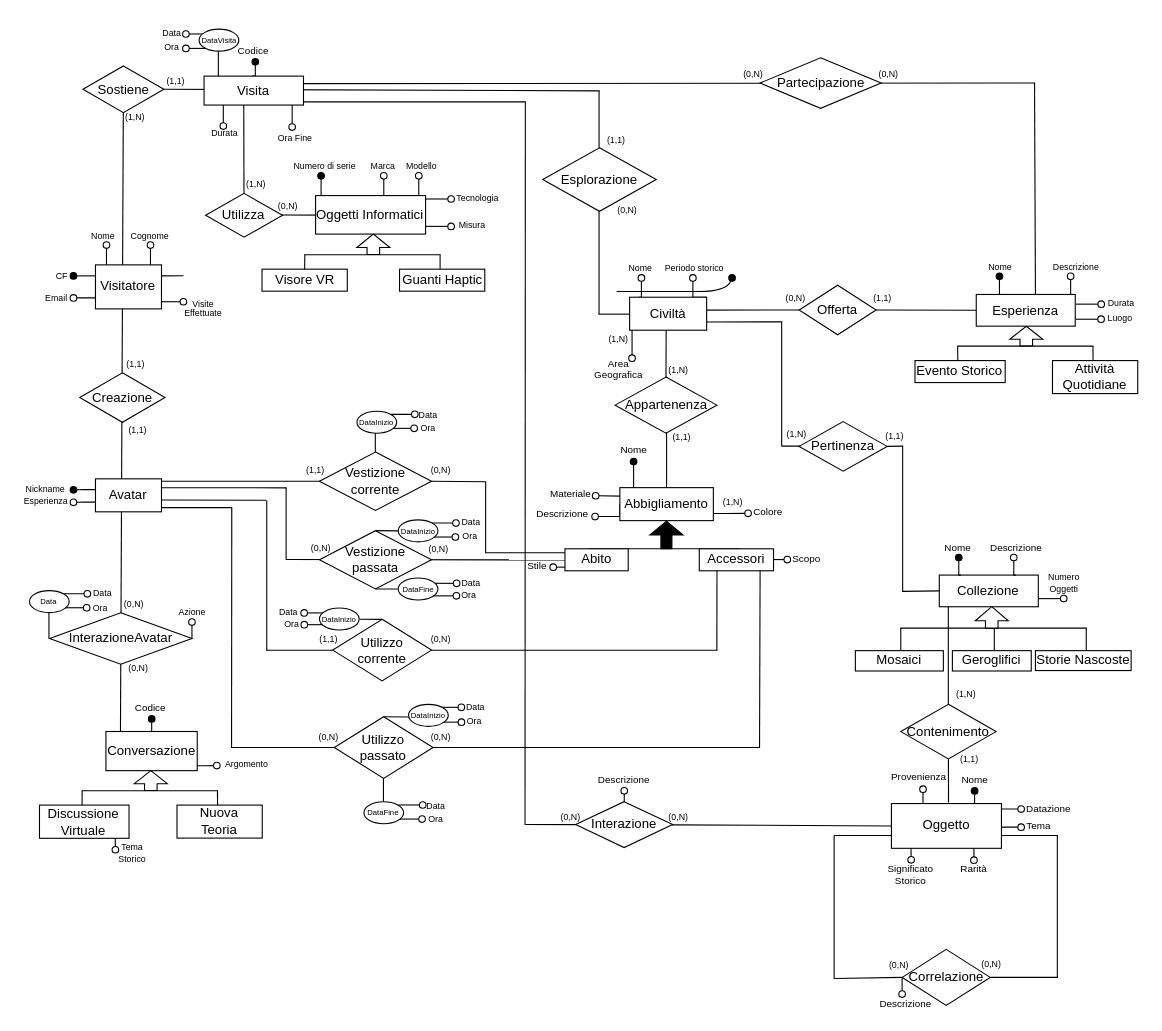
This is WP1/ER canonico.drawio from pnocerino/BasiDiDati, a draw.io file, before an edit. Source tidied: cells renumbered, new cells numbered last; positions are measured from the earlier drawing's top-left corner, leaving out a move shared by most shapes. Both pictures are drawn from the tidied source at 110%, with x=0, y=0 at pixel (19, 23).
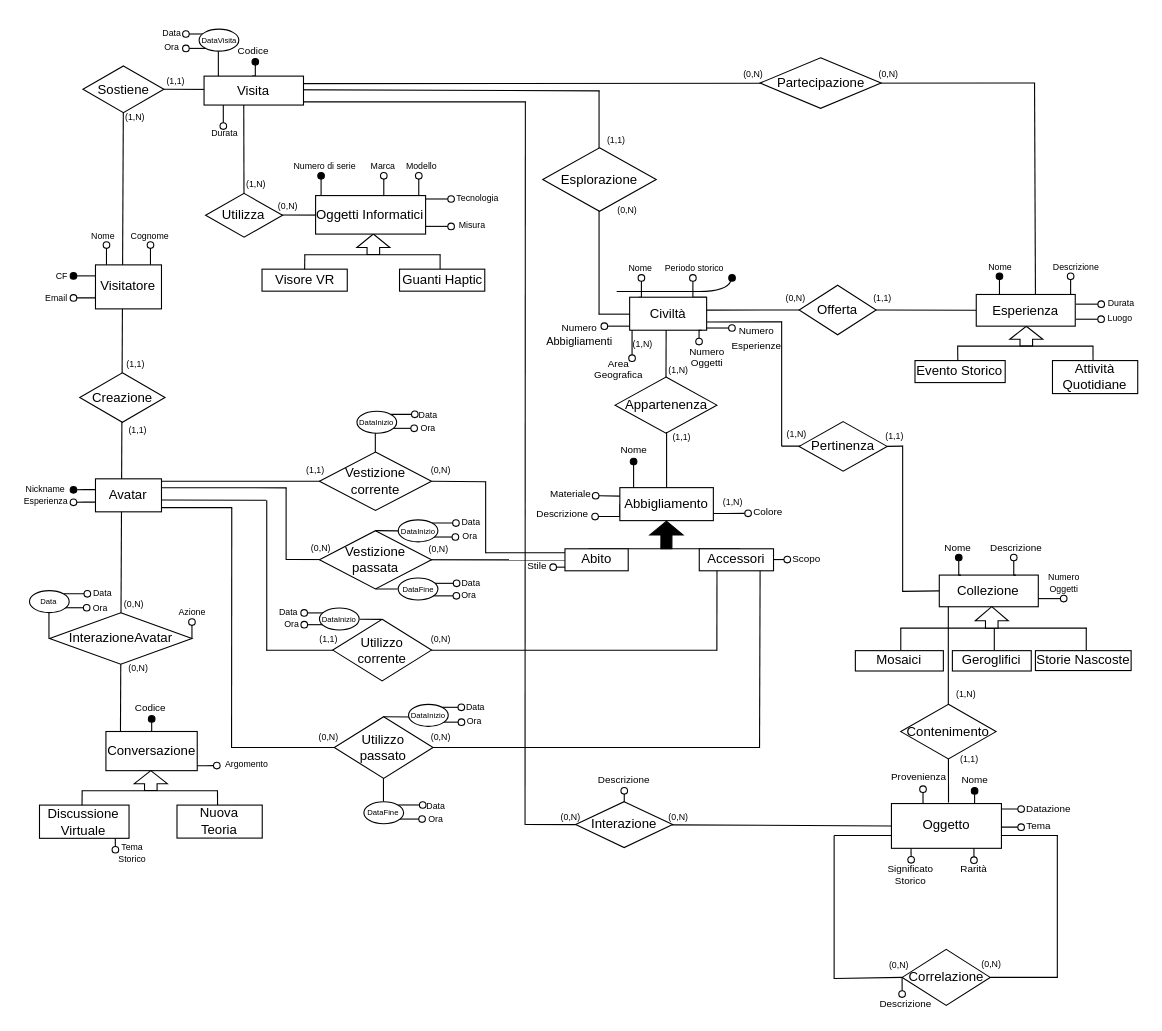
The same diagram, later.

Unchanged cells that the change refers to:
```xml
<mxCell id="215" value="Visitatore" style="whiteSpace=wrap;html=1;align=center;" parent="1" vertex="1">
  <mxGeometry x="69.3" y="219.3" width="60" height="40" as="geometry" />
</mxCell>
```

Diff of the diagram source:
```diff
@@
-    <mxCell id="94" style="edgeStyle=orthogonalEdgeStyle;rounded=0;orthogonalLoop=1;jettySize=auto;html=1;exitX=1;exitY=0.5;exitDx=0;exitDy=0;endArrow=oval;endFill=0;" parent="1" edge="1">
-      <mxGeometry relative="1" as="geometry">
-        <mxPoint x="129.3" y="252.8" as="sourcePoint" />
-        <mxPoint x="149.2" y="252.8" as="targetPoint" />
-        <Array as="points">
-          <mxPoint x="144.2" y="252.8" />
-        </Array>
-      </mxGeometry>
-    </mxCell>
-    <mxCell id="95" value="&lt;font style=&quot;font-size: 8px;&quot;&gt;Visite&lt;/font&gt;&lt;div style=&quot;line-height: 30%;&quot;&gt;&lt;font style=&quot;font-size: 8px;&quot;&gt;E&lt;/font&gt;&lt;span style=&quot;font-size: 8px; background-color: initial;&quot;&gt;ffettuate&lt;/span&gt;&lt;/div&gt;" style="text;html=1;align=center;verticalAlign=middle;whiteSpace=wrap;rounded=1;strokeColor=none;" parent="1" vertex="1">
-      <mxGeometry x="149.3" y="245.2" width="37" height="21" as="geometry" />
-    </mxCell>
@@
-    <mxCell id="100" value="&lt;font style=&quot;font-size: 8px;&quot;&gt;Ora Fine&lt;/font&gt;" style="text;html=1;align=center;verticalAlign=middle;whiteSpace=wrap;rounded=1;strokeColor=none;glass=0;" parent="1" vertex="1">
-      <mxGeometry x="230.1" y="93.9" width="42" height="19" as="geometry" />
-    </mxCell>
@@
-    <mxCell id="106" style="edgeStyle=orthogonalEdgeStyle;rounded=0;orthogonalLoop=1;jettySize=auto;html=1;exitX=1;exitY=0.5;exitDx=0;exitDy=0;endArrow=oval;endFill=0;" parent="1" edge="1">
-      <mxGeometry relative="1" as="geometry">
-        <mxPoint x="248" y="74" as="sourcePoint" />
-        <mxPoint x="248.1" y="94" as="targetPoint" />
-        <Array as="points">
-          <mxPoint x="248.1" y="94" />
-        </Array>
-      </mxGeometry>
-    </mxCell>
@@
     <mxCell id="164" value="&lt;font style=&quot;font-size: 8px;&quot;&gt;(1,N)&lt;/font&gt;" style="text;html=1;align=center;verticalAlign=middle;whiteSpace=wrap;rounded=1;strokeColor=none;glass=0;" parent="1" vertex="1">
-      <mxGeometry x="519.9" y="278.7" width="50" height="15" as="geometry" />
+      <mxGeometry x="541.7" y="282.8" width="50" height="15" as="geometry" />
     </mxCell>
@@
-    <mxCell id="167" style="endArrow=none;html=1;rounded=0;exitX=1;exitY=0.25;exitDx=0;exitDy=0;" parent="1" edge="1" source="215">
-      <mxGeometry relative="1" as="geometry">
-        <mxPoint x="149.3" y="229.2" as="targetPoint" />
-      </mxGeometry>
-    </mxCell>
@@
+    <mxCell id="288" style="edgeStyle=orthogonalEdgeStyle;rounded=0;orthogonalLoop=1;jettySize=auto;html=1;exitX=0.25;exitY=1;exitDx=0;exitDy=0;endArrow=oval;endFill=0;" parent="1" edge="1">
+      <mxGeometry relative="1" as="geometry">
+        <mxPoint x="620.2" y="278.7" as="sourcePoint" />
+        <mxPoint x="618" y="289" as="targetPoint" />
+      </mxGeometry>
+    </mxCell>
+    <mxCell id="289" value="&lt;p style=&quot;line-height: 70%;&quot;&gt;&lt;font style=&quot;font-size: 9px;&quot;&gt;Numero Oggetti&lt;/font&gt;&lt;/p&gt;" style="text;html=1;align=center;verticalAlign=middle;whiteSpace=wrap;rounded=0;" parent="1" vertex="1">
+      <mxGeometry x="595.5" y="289" width="58.5" height="27.1" as="geometry" />
+    </mxCell>
+    <mxCell id="290" style="edgeStyle=orthogonalEdgeStyle;rounded=0;orthogonalLoop=1;jettySize=auto;html=1;exitX=1;exitY=0.5;exitDx=0;exitDy=0;endArrow=oval;endFill=0;" parent="1" edge="1">
+      <mxGeometry relative="1" as="geometry">
+        <mxPoint x="624.9" y="276.7" as="sourcePoint" />
+        <mxPoint x="647.9" y="276.7" as="targetPoint" />
+        <Array as="points">
+          <mxPoint x="640.9" y="276.7" />
+        </Array>
+      </mxGeometry>
+    </mxCell>
+    <mxCell id="291" value="&lt;p style=&quot;line-height: 0%;&quot;&gt;&lt;font style=&quot;font-size: 9px;&quot;&gt;Numero&lt;/font&gt;&lt;/p&gt;&lt;p style=&quot;line-height: 0%;&quot;&gt;&lt;font style=&quot;font-size: 9px;&quot;&gt;Esperienze&lt;/font&gt;&lt;/p&gt;" style="text;html=1;align=center;verticalAlign=middle;whiteSpace=wrap;rounded=0;" parent="1" vertex="1">
+      <mxGeometry x="641" y="279" width="58.5" height="11" as="geometry" />
+    </mxCell>
+    <mxCell id="292" style="edgeStyle=orthogonalEdgeStyle;rounded=0;orthogonalLoop=1;jettySize=auto;html=1;exitX=1;exitY=0.5;exitDx=0;exitDy=0;endArrow=oval;endFill=0;" parent="1" edge="1">
+      <mxGeometry relative="1" as="geometry">
+        <mxPoint x="554.9" y="275" as="sourcePoint" />
+        <mxPoint x="531.9" y="275" as="targetPoint" />
+        <Array as="points">
+          <mxPoint x="547.9" y="275" />
+        </Array>
+      </mxGeometry>
+    </mxCell>
+    <mxCell id="293" value="&lt;p style=&quot;line-height: 0%;&quot;&gt;&lt;font style=&quot;font-size: 9px;&quot;&gt;Numero&lt;/font&gt;&lt;/p&gt;&lt;p style=&quot;line-height: 0%;&quot;&gt;&lt;font size=&quot;1&quot;&gt;Abbigliamenti&lt;/font&gt;&lt;/p&gt;" style="text;html=1;align=center;verticalAlign=middle;whiteSpace=wrap;rounded=0;" parent="1" vertex="1">
+      <mxGeometry x="480.1" y="281" width="58.5" as="geometry" />
+    </mxCell>
+    <mxCell id="294" style="edgeStyle=orthogonalEdgeStyle;rounded=0;orthogonalLoop=1;jettySize=auto;html=1;entryX=0.542;entryY=0;entryDx=0;entryDy=0;entryPerimeter=0;" parent="1" edge="1" source="293" target="293">
+      <mxGeometry relative="1" as="geometry" />
+    </mxCell>
```
